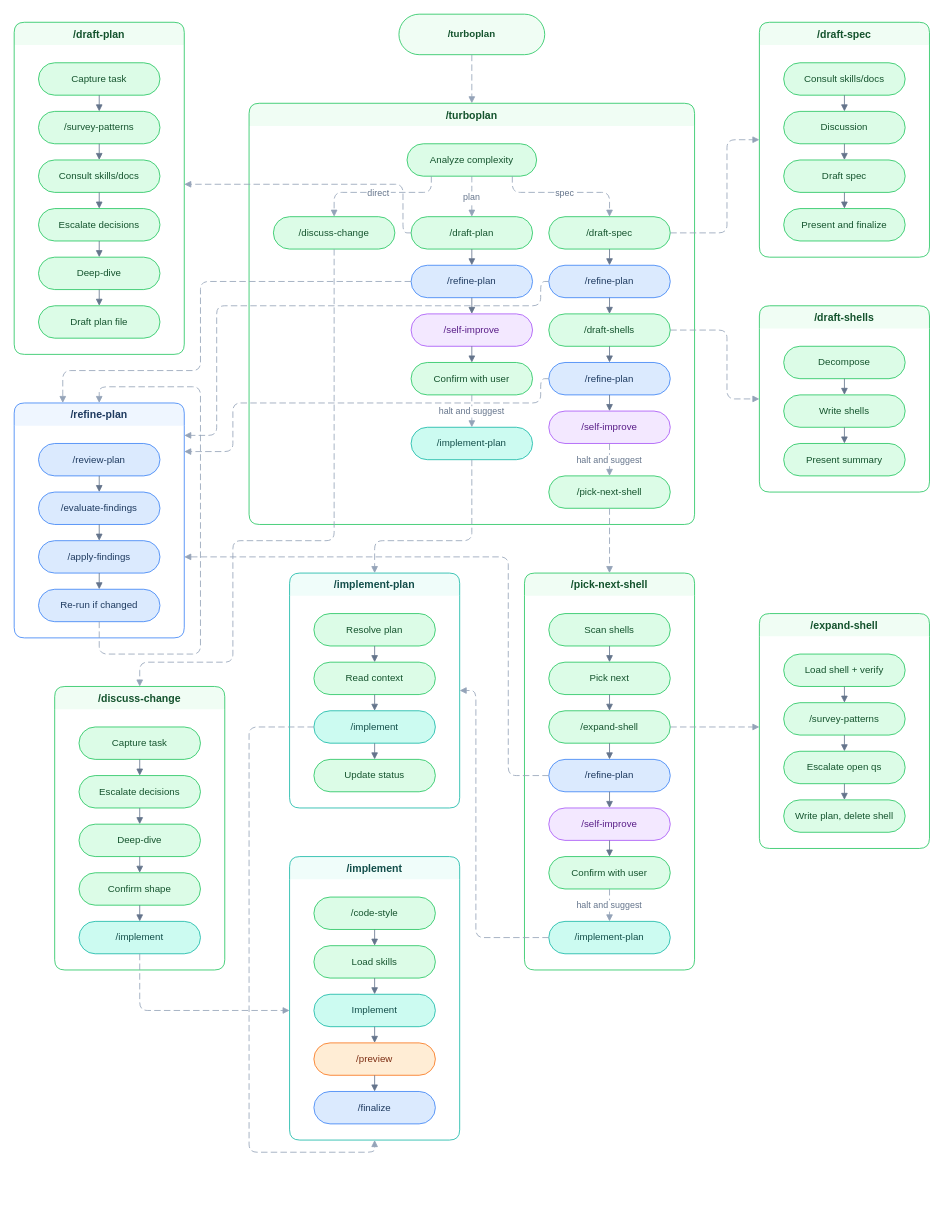
Earlier version of the draw.io diagram assets/how-turboplan-connects.drawio (tobihagemann/turbo). Source tidied: cells renumbered, new cells numbered last; positions are measured from the earlier drawing's top-left corner, leaving out a move shared by most shapes. Both pictures are drawn from the tidied source at 81%, with x=0, y=0 at pixel (14, 14).
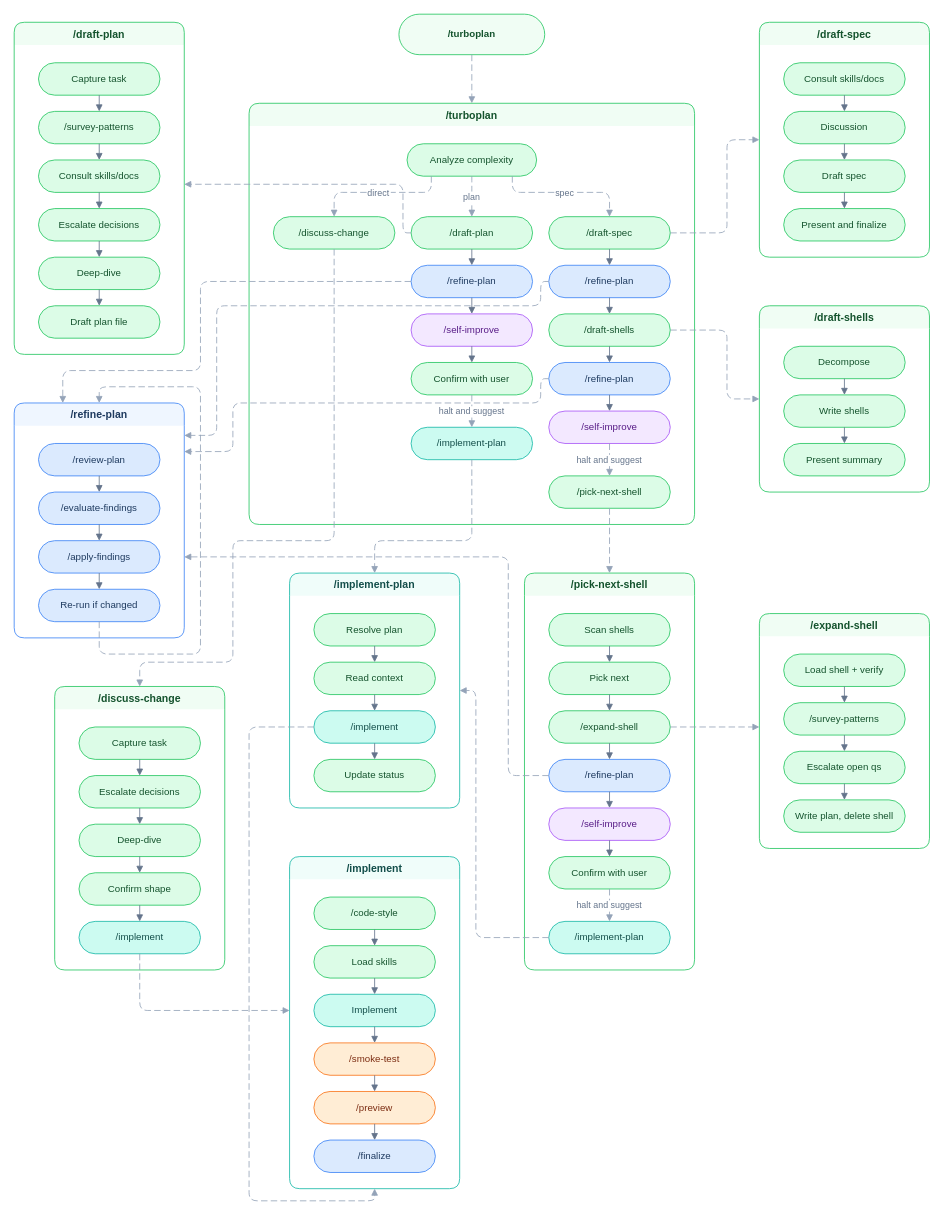
Above is the later version.

The change refers to these unchanged cells:
```xml
<mxCell id="54" value="/implement" style="rounded=1;whiteSpace=wrap;html=1;arcSize=50;fillColor=#ccfbf1;strokeColor=#14b8a6;fontColor=#134e4a;fontSize=12;" parent="51" vertex="1">
  <mxGeometry x="30" y="170" width="150" height="40" as="geometry" />
</mxCell>
<mxCell id="120" value="Implement" style="rounded=1;whiteSpace=wrap;html=1;arcSize=50;fillColor=#ccfbf1;strokeColor=#14b8a6;fontColor=#134e4a;fontSize=12;" parent="117" vertex="1">
  <mxGeometry x="30" y="170" width="150" height="40" as="geometry" />
</mxCell>
```

Diff of the diagram source:
```diff
@@
     <mxCell id="117" value="/implement" style="swimlane;startSize=28;rounded=1;fillColor=#f0fdfa;strokeColor=#14b8a6;fontColor=#134e4a;fontStyle=1;fontSize=13;swimlaneLine=0;" parent="1" vertex="1">
-      <mxGeometry x="340" y="1040" width="210" height="350" as="geometry" />
+      <mxGeometry x="340" y="1040" width="210" height="410" as="geometry" />
     </mxCell>
@@
+    <mxCell id="129" value="/smoke-test" style="rounded=1;whiteSpace=wrap;html=1;arcSize=50;fillColor=#ffedd5;strokeColor=#f97316;fontColor=#7c2d12;fontSize=12;" parent="117" vertex="1">
+      <mxGeometry x="30" y="230" width="150" height="40" as="geometry" />
+    </mxCell>
     <mxCell id="121" value="/preview" style="rounded=1;whiteSpace=wrap;html=1;arcSize=50;fillColor=#ffedd5;strokeColor=#f97316;fontColor=#7c2d12;fontSize=12;" parent="117" vertex="1">
-      <mxGeometry x="30" y="230" width="150" height="40" as="geometry" />
+      <mxGeometry x="30" y="290" width="150" height="40" as="geometry" />
     </mxCell>
     <mxCell id="122" value="/finalize" style="rounded=1;whiteSpace=wrap;html=1;arcSize=50;fillColor=#dbeafe;strokeColor=#3b82f6;fontColor=#1e3a5f;fontSize=12;" parent="117" vertex="1">
-      <mxGeometry x="30" y="290" width="150" height="40" as="geometry" />
+      <mxGeometry x="30" y="350" width="150" height="40" as="geometry" />
     </mxCell>
@@
-    <mxCell id="125" style="endArrow=block;endFill=1;rounded=1;edgeStyle=orthogonalEdgeStyle;strokeColor=#64748b;" parent="117" edge="1" source="120" target="121">
+    <mxCell id="125" style="endArrow=block;endFill=1;rounded=1;edgeStyle=orthogonalEdgeStyle;strokeColor=#64748b;" parent="117" edge="1" source="120" target="129">
       <mxGeometry relative="1" as="geometry" />
     </mxCell>
+    <mxCell id="130" style="endArrow=block;endFill=1;rounded=1;edgeStyle=orthogonalEdgeStyle;strokeColor=#64748b;" parent="117" edge="1" source="129" target="121">
+      <mxGeometry relative="1" as="geometry" />
+    </mxCell>
@@
     <mxCell id="128" style="dashed=1;dashPattern=8 4;endArrow=block;endFill=1;rounded=1;edgeStyle=orthogonalEdgeStyle;strokeColor=#94a3b8;fontSize=11;fontColor=#64748b;" parent="1" edge="1" source="54" target="117">
       <mxGeometry relative="1" as="geometry">
         <Array as="points">
           <mxPoint x="290" y="880" />
-          <mxPoint x="290" y="1405" />
+          <mxPoint x="290" y="1465" />
         </Array>
       </mxGeometry>
     </mxCell>
```
